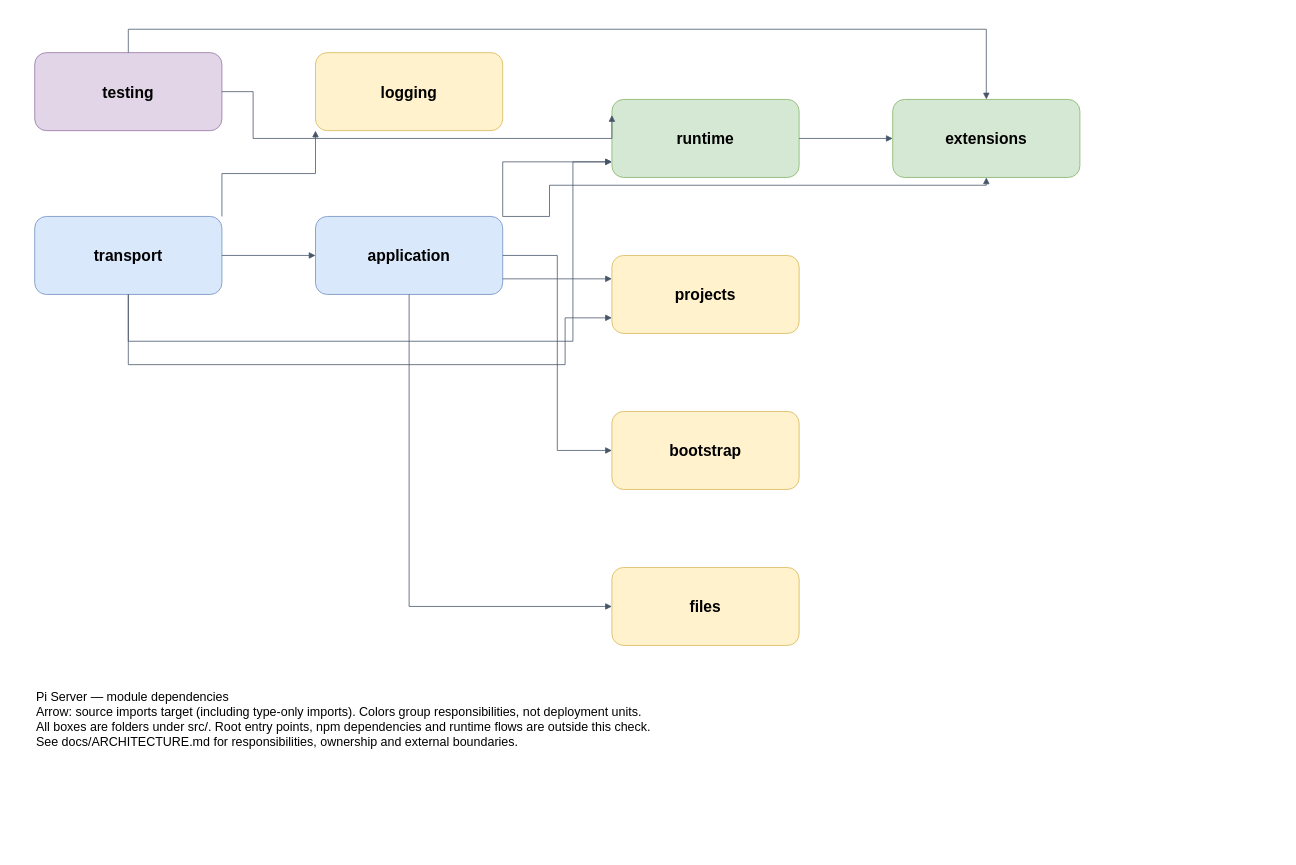
The draw.io diagram docs/architecture.drawio in ManuelSelch/pi-server, before the edit. Source tidied: cells renumbered, new cells numbered last; positions are measured from the earlier drawing's top-left corner, leaving out a move shared by most shapes. Both pictures are drawn from the tidied source at 78%, with x=0, y=0 at pixel (34, 29).
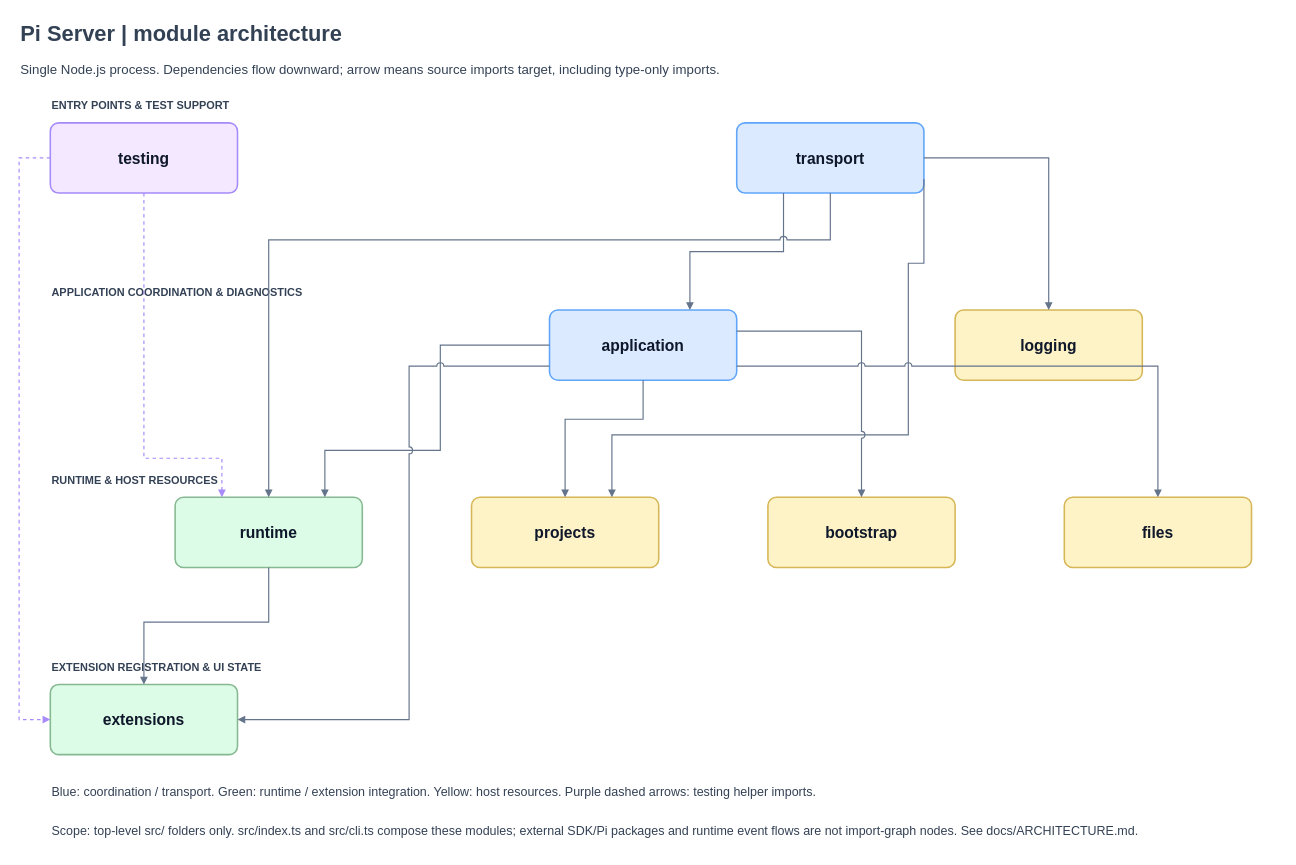
The same diagram, later.

Commit message:
docs(architecture): reconnect dependency and organize diagram layers

Diff of the diagram source:
```diff
@@
+    <mxCell id="24" value="Pi Server | module architecture" style="text;html=0;align=left;verticalAlign=middle;whiteSpace=wrap;fontColor=#334155;fontSize=28;fontStyle=1;" parent="1" vertex="1">
+      <mxGeometry x="-20" y="-20" width="1620" height="50" as="geometry" />
+    </mxCell>
+    <mxCell id="25" value="Single Node.js process. Dependencies flow downward; arrow means source imports target, including type-only imports." style="text;html=0;align=left;verticalAlign=middle;whiteSpace=wrap;fontColor=#334155;fontSize=17;fontStyle=0;" parent="1" vertex="1">
+      <mxGeometry x="-20" y="35" width="1620" height="35" as="geometry" />
+    </mxCell>
+    <mxCell id="26" value="ENTRY POINTS &amp; TEST SUPPORT" style="text;html=0;align=left;verticalAlign=middle;whiteSpace=wrap;fontColor=#334155;fontSize=14;fontStyle=1;" parent="1" vertex="1">
+      <mxGeometry x="20" y="85" width="1500" height="25" as="geometry" />
+    </mxCell>
+    <mxCell id="27" value="APPLICATION COORDINATION &amp; DIAGNOSTICS" style="text;html=0;align=left;verticalAlign=middle;whiteSpace=wrap;fontColor=#334155;fontSize=14;fontStyle=1;" parent="1" vertex="1">
+      <mxGeometry x="20" y="325" width="1500" height="25" as="geometry" />
+    </mxCell>
+    <mxCell id="28" value="RUNTIME &amp; HOST RESOURCES" style="text;html=0;align=left;verticalAlign=middle;whiteSpace=wrap;fontColor=#334155;fontSize=14;fontStyle=1;" parent="1" vertex="1">
+      <mxGeometry x="20" y="565" width="1500" height="25" as="geometry" />
+    </mxCell>
+    <mxCell id="29" value="EXTENSION REGISTRATION &amp; UI STATE" style="text;html=0;align=left;verticalAlign=middle;whiteSpace=wrap;fontColor=#334155;fontSize=14;fontStyle=1;" parent="1" vertex="1">
+      <mxGeometry x="20" y="805" width="1500" height="25" as="geometry" />
+    </mxCell>
+    <mxCell id="10" value="testing" style="rounded=1;arcSize=12;whiteSpace=wrap;html=1;fillColor=#f3e8ff;strokeColor=#a78bfa;strokeWidth=2;fontColor=#0f172a;fontSize=20;fontStyle=1;" parent="1" vertex="1">
+      <mxGeometry x="20" y="120" width="240" height="90" as="geometry" />
+    </mxCell>
-    <mxCell id="2" value="transport" style="rounded=1;whiteSpace=wrap;html=1;fillColor=#dae8fc;strokeColor=#6c8ebf;fontSize=20;fontStyle=1;" parent="1" vertex="1">
-      <mxGeometry y="240" width="240" height="100" as="geometry" />
+    <mxCell id="2" value="transport" style="rounded=1;arcSize=12;whiteSpace=wrap;html=1;fillColor=#dbeafe;strokeColor=#60a5fa;strokeWidth=2;fontColor=#0f172a;fontSize=20;fontStyle=1;" parent="1" vertex="1">
+      <mxGeometry x="900" y="120" width="240" height="90" as="geometry" />
     </mxCell>
-    <mxCell id="3" value="application" style="rounded=1;whiteSpace=wrap;html=1;fillColor=#dae8fc;strokeColor=#6c8ebf;fontSize=20;fontStyle=1;" parent="1" vertex="1">
-      <mxGeometry x="360" y="240" width="240" height="100" as="geometry" />
+    <mxCell id="3" value="application" style="rounded=1;arcSize=12;whiteSpace=wrap;html=1;fillColor=#dbeafe;strokeColor=#60a5fa;strokeWidth=2;fontColor=#0f172a;fontSize=20;fontStyle=1;" parent="1" vertex="1">
+      <mxGeometry x="660" y="360" width="240" height="90" as="geometry" />
     </mxCell>
+    <mxCell id="9" value="logging" style="rounded=1;arcSize=12;whiteSpace=wrap;html=1;fillColor=#fef3c7;strokeColor=#d6b656;strokeWidth=2;fontColor=#0f172a;fontSize=20;fontStyle=1;" parent="1" vertex="1">
+      <mxGeometry x="1180" y="360" width="240" height="90" as="geometry" />
+    </mxCell>
-    <mxCell id="4" value="runtime" style="rounded=1;whiteSpace=wrap;html=1;fillColor=#d5e8d4;strokeColor=#82b366;fontSize=20;fontStyle=1;" parent="1" vertex="1">
-      <mxGeometry x="740" y="90" width="240" height="100" as="geometry" />
+    <mxCell id="4" value="runtime" style="rounded=1;arcSize=12;whiteSpace=wrap;html=1;fillColor=#dcfce7;strokeColor=#86b891;strokeWidth=2;fontColor=#0f172a;fontSize=20;fontStyle=1;" parent="1" vertex="1">
+      <mxGeometry x="180" y="600" width="240" height="90" as="geometry" />
     </mxCell>
-    <mxCell id="5" value="extensions" style="rounded=1;whiteSpace=wrap;html=1;fillColor=#d5e8d4;strokeColor=#82b366;fontSize=20;fontStyle=1;" parent="1" vertex="1">
-      <mxGeometry x="1100" y="90" width="240" height="100" as="geometry" />
-    </mxCell>
-    <mxCell id="6" value="projects" style="rounded=1;whiteSpace=wrap;html=1;fillColor=#fff2cc;strokeColor=#d6b656;fontSize=20;fontStyle=1;" parent="1" vertex="1">
-      <mxGeometry x="740" y="290" width="240" height="100" as="geometry" />
+    <mxCell id="6" value="projects" style="rounded=1;arcSize=12;whiteSpace=wrap;html=1;fillColor=#fef3c7;strokeColor=#d6b656;strokeWidth=2;fontColor=#0f172a;fontSize=20;fontStyle=1;" parent="1" vertex="1">
+      <mxGeometry x="560" y="600" width="240" height="90" as="geometry" />
     </mxCell>
-    <mxCell id="7" value="bootstrap" style="rounded=1;whiteSpace=wrap;html=1;fillColor=#fff2cc;strokeColor=#d6b656;fontSize=20;fontStyle=1;" parent="1" vertex="1">
-      <mxGeometry x="740" y="490" width="240" height="100" as="geometry" />
+    <mxCell id="7" value="bootstrap" style="rounded=1;arcSize=12;whiteSpace=wrap;html=1;fillColor=#fef3c7;strokeColor=#d6b656;strokeWidth=2;fontColor=#0f172a;fontSize=20;fontStyle=1;" parent="1" vertex="1">
+      <mxGeometry x="940" y="600" width="240" height="90" as="geometry" />
     </mxCell>
-    <mxCell id="8" value="files" style="rounded=1;whiteSpace=wrap;html=1;fillColor=#fff2cc;strokeColor=#d6b656;fontSize=20;fontStyle=1;" parent="1" vertex="1">
-      <mxGeometry x="740" y="690" width="240" height="100" as="geometry" />
+    <mxCell id="8" value="files" style="rounded=1;arcSize=12;whiteSpace=wrap;html=1;fillColor=#fef3c7;strokeColor=#d6b656;strokeWidth=2;fontColor=#0f172a;fontSize=20;fontStyle=1;" parent="1" vertex="1">
+      <mxGeometry x="1320" y="600" width="240" height="90" as="geometry" />
     </mxCell>
-    <mxCell id="9" value="logging" style="rounded=1;whiteSpace=wrap;html=1;fillColor=#fff2cc;strokeColor=#d6b656;fontSize=20;fontStyle=1;" parent="1" vertex="1">
-      <mxGeometry x="360" y="30" width="240" height="100" as="geometry" />
-    </mxCell>
-    <mxCell id="10" value="testing" style="rounded=1;whiteSpace=wrap;html=1;fillColor=#e1d5e7;strokeColor=#9673a6;fontSize=20;fontStyle=1;" parent="1" vertex="1">
-      <mxGeometry y="30" width="240" height="100" as="geometry" />
-    </mxCell>
+    <mxCell id="5" value="extensions" style="rounded=1;arcSize=12;whiteSpace=wrap;html=1;fillColor=#dcfce7;strokeColor=#86b891;strokeWidth=2;fontColor=#0f172a;fontSize=20;fontStyle=1;" parent="1" vertex="1">
+      <mxGeometry x="20" y="840" width="240" height="90" as="geometry" />
+    </mxCell>
-    <mxCell id="11" style="edgeStyle=orthogonalEdgeStyle;rounded=0;html=1;endArrow=block;endFill=1;strokeColor=#475569;" parent="1" edge="1" source="2" target="3">
+    <mxCell id="11" style="edgeStyle=orthogonalEdgeStyle;rounded=0;html=1;endArrow=block;endFill=1;strokeColor=#64748b;strokeWidth=1.5;jumpStyle=arc;jumpSize=8;exitX=0.25;exitY=1;entryX=0.75;entryY=0;exitDx=0;exitDy=0;entryDx=0;entryDy=0;" parent="1" edge="1" source="2" target="3">
       <mxGeometry relative="1" as="geometry" />
     </mxCell>
-    <mxCell id="12" style="edgeStyle=orthogonalEdgeStyle;rounded=0;html=1;endArrow=block;endFill=1;strokeColor=#475569;exitX=1;exitY=0;entryX=0;entryY=1;" parent="1" edge="1" source="2" target="9">
-      <mxGeometry relative="1" as="geometry" />
+    <mxCell id="12" style="edgeStyle=orthogonalEdgeStyle;rounded=0;html=1;endArrow=block;endFill=1;strokeColor=#64748b;strokeWidth=1.5;jumpStyle=arc;jumpSize=8;exitX=1;exitY=0.5;entryX=0.5;entryY=0;exitDx=0;exitDy=0;entryDx=0;entryDy=0;" parent="1" edge="1" source="2" target="9">
+      <mxGeometry relative="1" as="geometry">
+        <Array as="points">
+          <mxPoint x="1300" y="165" />
+        </Array>
+      </mxGeometry>
     </mxCell>
-    <mxCell id="13" style="edgeStyle=orthogonalEdgeStyle;rounded=0;html=1;endArrow=block;endFill=1;strokeColor=#475569;exitX=0.5;exitY=1;entryX=0;entryY=0.8;" parent="1" edge="1" source="2" target="4">
+    <mxCell id="13" style="edgeStyle=orthogonalEdgeStyle;rounded=0;html=1;endArrow=block;endFill=1;strokeColor=#64748b;strokeWidth=1.5;jumpStyle=arc;jumpSize=8;exitX=0.5;exitY=1;entryX=0.5;entryY=0;exitDx=0;exitDy=0;entryDx=0;entryDy=0;" parent="1" edge="1" source="2" target="4">
       <mxGeometry relative="1" as="geometry">
         <Array as="points">
-          <mxPoint x="120" y="400" />
-          <mxPoint x="690" y="400" />
-          <mxPoint x="690" y="170" />
+          <mxPoint x="1020" y="270" />
+          <mxPoint x="300" y="270" />
         </Array>
       </mxGeometry>
     </mxCell>
-    <mxCell id="14" style="edgeStyle=orthogonalEdgeStyle;rounded=0;html=1;endArrow=block;endFill=1;strokeColor=#475569;exitX=0.5;exitY=1;entryX=0;entryY=0.8;" parent="1" edge="1" source="2" target="6">
+    <mxCell id="14" style="edgeStyle=orthogonalEdgeStyle;rounded=0;html=1;endArrow=block;endFill=1;strokeColor=#64748b;strokeWidth=1.5;jumpStyle=arc;jumpSize=8;exitX=1;exitY=0.8;entryX=0.75;entryY=0;exitDx=0;exitDy=0;entryDx=0;entryDy=0;" parent="1" edge="1" source="2" target="6">
       <mxGeometry relative="1" as="geometry">
         <Array as="points">
-          <mxPoint x="120" y="430" />
-          <mxPoint x="680" y="430" />
-          <mxPoint x="680" y="370" />
+          <mxPoint x="1140" y="300" />
+          <mxPoint x="1120" y="300" />
+          <mxPoint x="1120" y="520" />
+          <mxPoint x="740" y="520" />
         </Array>
       </mxGeometry>
     </mxCell>
-    <mxCell id="15" style="edgeStyle=orthogonalEdgeStyle;rounded=0;html=1;endArrow=block;endFill=1;strokeColor=#475569;exitX=1;exitY=0;entryX=0;entryY=0.8;" parent="1" edge="1" source="3" target="4">
-      <mxGeometry relative="1" as="geometry" />
+    <mxCell id="15" style="edgeStyle=orthogonalEdgeStyle;rounded=0;html=1;endArrow=block;endFill=1;strokeColor=#64748b;strokeWidth=1.5;jumpStyle=arc;jumpSize=8;exitX=0;exitY=0.5;entryX=0.8;entryY=0;exitDx=0;exitDy=0;entryDx=0;entryDy=0;" parent="1" edge="1" source="3" target="4">
+      <mxGeometry relative="1" as="geometry">
+        <Array as="points">
+          <mxPoint x="520" y="405" />
+          <mxPoint x="520" y="540" />
+          <mxPoint x="372" y="540" />
+        </Array>
+      </mxGeometry>
     </mxCell>
-    <mxCell id="16" style="edgeStyle=orthogonalEdgeStyle;rounded=0;html=1;endArrow=block;endFill=1;strokeColor=#475569;exitX=1;exitY=0.5;entryX=0;entryY=0.3;" parent="1" edge="1" source="3" target="6">
-      <mxGeometry relative="1" as="geometry" />
+    <mxCell id="16" style="edgeStyle=orthogonalEdgeStyle;rounded=0;html=1;endArrow=block;endFill=1;strokeColor=#64748b;strokeWidth=1.5;jumpStyle=arc;jumpSize=8;exitX=0.5;exitY=1;entryX=0.5;entryY=0;exitDx=0;exitDy=0;entryDx=0;entryDy=0;" parent="1" edge="1" source="3" target="6">
+      <mxGeometry relative="1" as="geometry">
+        <Array as="points">
+          <mxPoint x="780" y="500" />
+          <mxPoint x="680" y="500" />
+        </Array>
+      </mxGeometry>
     </mxCell>
-    <mxCell id="17" style="edgeStyle=orthogonalEdgeStyle;rounded=0;html=1;endArrow=block;endFill=1;strokeColor=#475569;exitX=1;exitY=0.8;entryX=0;entryY=0.5;" parent="1" edge="1" source="3" target="7">
-      <mxGeometry relative="1" as="geometry" />
+    <mxCell id="17" style="edgeStyle=orthogonalEdgeStyle;rounded=0;html=1;endArrow=block;endFill=1;strokeColor=#64748b;strokeWidth=1.5;jumpStyle=arc;jumpSize=8;exitX=1;exitY=0.3;entryX=0.5;entryY=0;exitDx=0;exitDy=0;entryDx=0;entryDy=0;" parent="1" edge="1" source="3" target="7">
+      <mxGeometry relative="1" as="geometry">
+        <Array as="points">
+          <mxPoint x="1060" y="387" />
+        </Array>
+      </mxGeometry>
     </mxCell>
-    <mxCell id="18" style="edgeStyle=orthogonalEdgeStyle;rounded=0;html=1;endArrow=block;endFill=1;strokeColor=#475569;exitX=0.5;exitY=1;entryX=0;entryY=0.5;" parent="1" edge="1" source="3" target="8">
+    <mxCell id="18" style="edgeStyle=orthogonalEdgeStyle;rounded=0;html=1;endArrow=block;endFill=1;strokeColor=#64748b;strokeWidth=1.5;jumpStyle=arc;jumpSize=8;exitX=1;exitY=0.8;entryX=0.5;entryY=0;exitDx=0;exitDy=0;entryDx=0;entryDy=0;" parent="1" edge="1" source="3" target="8">
       <mxGeometry relative="1" as="geometry">
         <Array as="points">
-          <mxPoint x="480" y="740" />
+          <mxPoint x="1440" y="432" />
         </Array>
       </mxGeometry>
     </mxCell>
-    <mxCell id="19" style="edgeStyle=orthogonalEdgeStyle;rounded=0;html=1;endArrow=block;endFill=1;strokeColor=#475569;exitX=1;exitY=0;entryX=0.5;entryY=1;" parent="1" edge="1" source="3" target="5">
+    <mxCell id="19" style="edgeStyle=orthogonalEdgeStyle;rounded=0;html=1;endArrow=block;endFill=1;strokeColor=#64748b;strokeWidth=1.5;jumpStyle=arc;jumpSize=8;exitX=0;exitY=0.8;entryX=1;entryY=0.5;exitDx=0;exitDy=0;entryDx=0;entryDy=0;" parent="1" edge="1" source="3" target="5">
       <mxGeometry relative="1" as="geometry">
         <Array as="points">
-          <mxPoint x="660" y="200" />
-          <mxPoint x="1220" y="200" />
+          <mxPoint x="480" y="432" />
+          <mxPoint x="480" y="885" />
         </Array>
       </mxGeometry>
     </mxCell>
-    <mxCell id="20" style="edgeStyle=orthogonalEdgeStyle;rounded=0;html=1;endArrow=block;endFill=1;strokeColor=#475569;" parent="1" edge="1" source="4" target="5">
-      <mxGeometry relative="1" as="geometry" />
+    <mxCell id="20" style="edgeStyle=orthogonalEdgeStyle;rounded=0;html=1;endArrow=block;endFill=1;strokeColor=#64748b;strokeWidth=1.5;jumpStyle=arc;jumpSize=8;exitX=0.5;exitY=1;entryX=0.5;entryY=0;exitDx=0;exitDy=0;entryDx=0;entryDy=0;" parent="1" edge="1" source="4" target="5">
+      <mxGeometry relative="1" as="geometry">
+        <Array as="points">
+          <mxPoint x="300" y="760" />
+          <mxPoint x="140" y="760" />
+        </Array>
+      </mxGeometry>
     </mxCell>
-    <mxCell id="21" style="edgeStyle=orthogonalEdgeStyle;rounded=0;html=1;endArrow=block;endFill=1;strokeColor=#475569;exitX=1;exitY=0.5;entryX=0;entryY=0.2;" parent="1" edge="1" source="10" target="4">
+    <mxCell id="21" style="edgeStyle=orthogonalEdgeStyle;rounded=0;html=1;endArrow=block;endFill=1;strokeColor=#a78bfa;strokeWidth=1.5;jumpStyle=arc;jumpSize=8;exitX=0.5;exitY=1;entryX=0.25;entryY=0;exitDx=0;exitDy=0;entryDx=0;entryDy=0;dashed=1;" parent="1" edge="1" source="10" target="4">
       <mxGeometry relative="1" as="geometry">
         <Array as="points">
-          <mxPoint x="280" y="80" />
-          <mxPoint x="280" y="140" />
+          <mxPoint x="140" y="550" />
+          <mxPoint x="240" y="550" />
         </Array>
       </mxGeometry>
     </mxCell>
-    <mxCell id="22" style="edgeStyle=orthogonalEdgeStyle;rounded=0;html=1;endArrow=block;endFill=1;strokeColor=#475569;exitX=0.5;exitY=0;entryX=0.5;entryY=0;" parent="1" edge="1" source="10" target="5">
+    <mxCell id="22" style="edgeStyle=orthogonalEdgeStyle;rounded=0;html=1;endArrow=block;endFill=1;strokeColor=#a78bfa;strokeWidth=1.5;jumpStyle=arc;jumpSize=8;exitX=0;exitY=0.5;entryX=0;entryY=0.5;exitDx=0;exitDy=0;entryDx=0;entryDy=0;dashed=1;" parent="1" edge="1" source="10" target="5">
       <mxGeometry relative="1" as="geometry">
         <Array as="points">
-          <mxPoint x="120" />
-          <mxPoint x="1220" />
+          <mxPoint x="-20" y="165" />
+          <mxPoint x="-20" y="885" />
         </Array>
       </mxGeometry>
     </mxCell>
-    <mxCell id="23" value="Pi Server — module dependencies&#10;Arrow: source imports target (including type-only imports). Colors group responsibilities, not deployment units.&#10;All boxes are folders under src/. Root entry points, npm dependencies and runtime flows are outside this check.&#10;See docs/ARCHITECTURE.md for responsibilities, ownership and external boundaries." style="text;html=0;align=left;verticalAlign=top;whiteSpace=wrap;fontSize=16;" parent="1" vertex="1">
-      <mxGeometry y="840" width="1360" height="100" as="geometry" />
+    <mxCell id="23" value="Blue: coordination / transport. Green: runtime / extension integration. Yellow: host resources. Purple dashed arrows: testing helper imports." style="text;html=0;align=left;verticalAlign=middle;whiteSpace=wrap;fontColor=#334155;fontSize=16;fontStyle=0;" parent="1" vertex="1">
+      <mxGeometry x="20" y="960" width="1540" height="35" as="geometry" />
     </mxCell>
+    <mxCell id="30" value="Scope: top-level src/ folders only. src/index.ts and src/cli.ts compose these modules; external SDK/Pi packages and runtime event flows are not import-graph nodes. See docs/ARCHITECTURE.md." style="text;html=0;align=left;verticalAlign=middle;whiteSpace=wrap;fontColor=#334155;fontSize=16;fontStyle=0;" parent="1" vertex="1">
+      <mxGeometry x="20" y="1000" width="1540" height="55" as="geometry" />
+    </mxCell>
```
